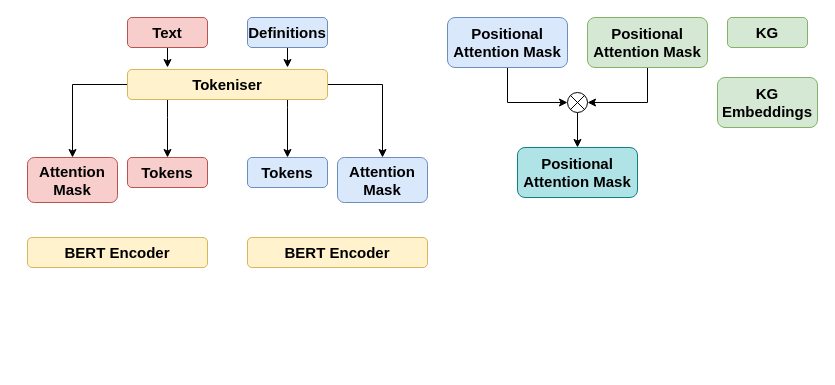
Before: model.drawio in yoviny/DrawIO, a draw.io diagram. Source tidied: cells renumbered, new cells numbered last; positions are measured from the earlier drawing's top-left corner, leaving out a move shared by most shapes. Both pictures are drawn from the tidied source at 100%, with x=0, y=0 at pixel (27, 17).
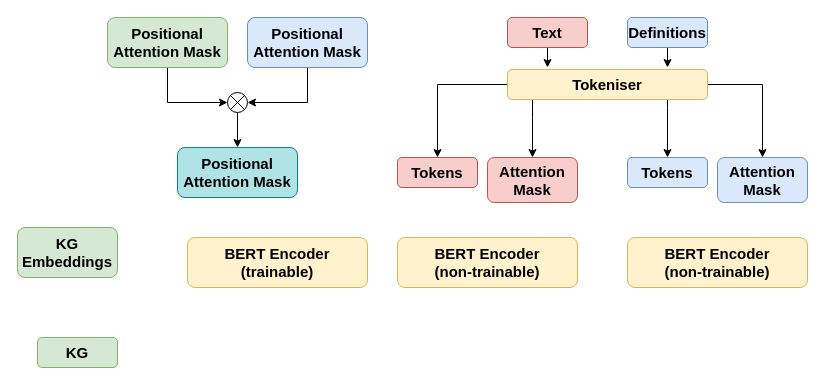
After the change.

Change to the diagram source:
```diff
@@
-    <mxCell id="2" style="edgeStyle=orthogonalEdgeStyle;rounded=0;jettySize=auto;html=1;entryX=0.5;entryY=0;entryDx=0;entryDy=0;fontSize=15;" parent="1" edge="1" source="6" target="13">
-      <mxGeometry relative="1" as="geometry">
-        <Array as="points">
-          <mxPoint x="140" y="100" />
-          <mxPoint x="140" y="100" />
-        </Array>
-      </mxGeometry>
-    </mxCell>
-    <mxCell id="3" style="edgeStyle=orthogonalEdgeStyle;rounded=0;jettySize=auto;html=1;fontSize=15;" parent="1" edge="1" source="6" target="12">
-      <mxGeometry relative="1" as="geometry" />
-    </mxCell>
     <mxCell id="4" style="edgeStyle=orthogonalEdgeStyle;rounded=0;jettySize=auto;html=1;entryX=0.5;entryY=0;entryDx=0;entryDy=0;fontSize=15;" parent="1" edge="1" source="6" target="15">
       <mxGeometry relative="1" as="geometry">
         <Array as="points">
-          <mxPoint x="260" y="90" />
-          <mxPoint x="260" y="90" />
+          <mxPoint x="640" y="90" />
+          <mxPoint x="640" y="90" />
         </Array>
       </mxGeometry>
     </mxCell>
@@
+    <mxCell id="3" style="edgeStyle=orthogonalEdgeStyle;rounded=0;jettySize=auto;html=1;entryX=0.5;entryY=0;entryDx=0;entryDy=0;fontSize=15;" parent="1" edge="1" source="6" target="12">
+      <mxGeometry relative="1" as="geometry">
+        <Array as="points">
+          <mxPoint x="505" y="100" />
+          <mxPoint x="505" y="100" />
+        </Array>
+      </mxGeometry>
+    </mxCell>
+    <mxCell id="2" style="edgeStyle=orthogonalEdgeStyle;rounded=0;jettySize=auto;html=1;entryX=0.5;entryY=0;entryDx=0;entryDy=0;fontSize=15;" parent="1" edge="1" source="6" target="13">
+      <mxGeometry relative="1" as="geometry" />
+    </mxCell>
     <mxCell id="6" value="&lt;b&gt;&lt;font style=&quot;font-size: 15px;&quot;&gt;Tokeniser&lt;/font&gt;&lt;/b&gt;" style="rounded=1;whiteSpace=wrap;html=1;fontSize=15;fillColor=#fff2cc;strokeColor=#d6b656;" parent="1" vertex="1">
-      <mxGeometry x="100" y="52" width="200" height="30" as="geometry" />
+      <mxGeometry x="480" y="52" width="200" height="30" as="geometry" />
     </mxCell>
     <mxCell id="7" style="edgeStyle=orthogonalEdgeStyle;rounded=0;jettySize=auto;html=1;fontSize=15;" parent="1" edge="1" source="8">
       <mxGeometry relative="1" as="geometry">
-        <mxPoint x="140" y="50" as="targetPoint" />
+        <mxPoint x="520" y="50" as="targetPoint" />
       </mxGeometry>
     </mxCell>
     <mxCell id="8" value="&lt;b&gt;&lt;font style=&quot;font-size: 15px;&quot;&gt;Text&lt;/font&gt;&lt;/b&gt;" style="rounded=1;whiteSpace=wrap;html=1;fontSize=15;fillColor=#f8cecc;strokeColor=#b85450;" parent="1" vertex="1">
-      <mxGeometry x="100" width="80" height="30" as="geometry" />
+      <mxGeometry x="480" width="80" height="30" as="geometry" />
     </mxCell>
     <mxCell id="9" style="edgeStyle=orthogonalEdgeStyle;rounded=0;jettySize=auto;html=1;fontSize=15;" parent="1" edge="1" source="10">
       <mxGeometry relative="1" as="geometry">
-        <mxPoint x="260" y="50" as="targetPoint" />
+        <mxPoint x="640" y="50" as="targetPoint" />
       </mxGeometry>
     </mxCell>
     <mxCell id="10" value="&lt;b&gt;&lt;font style=&quot;font-size: 15px;&quot;&gt;Definitions&lt;/font&gt;&lt;/b&gt;" style="rounded=1;whiteSpace=wrap;html=1;fontSize=15;fillColor=#dae8fc;strokeColor=#6c8ebf;" parent="1" vertex="1">
-      <mxGeometry x="220" width="80" height="30" as="geometry" />
+      <mxGeometry x="600" width="80" height="30" as="geometry" />
     </mxCell>
     <mxCell id="11" value="&lt;b&gt;&lt;font style=&quot;font-size: 15px;&quot;&gt;KG&lt;/font&gt;&lt;/b&gt;" style="rounded=1;whiteSpace=wrap;html=1;fontSize=15;fillColor=#d5e8d4;strokeColor=#82b366;" parent="1" vertex="1">
-      <mxGeometry x="700" width="80" height="30" as="geometry" />
+      <mxGeometry x="10" y="320" width="80" height="30" as="geometry" />
     </mxCell>
     <mxCell id="12" value="&lt;b&gt;Attention&lt;br&gt;Mask&lt;/b&gt;" style="rounded=1;whiteSpace=wrap;html=1;fontSize=15;fillColor=#f8cecc;strokeColor=#b85450;" parent="1" vertex="1">
-      <mxGeometry y="140" width="90" height="45" as="geometry" />
+      <mxGeometry x="460" y="140" width="90" height="45" as="geometry" />
     </mxCell>
     <mxCell id="13" value="&lt;b&gt;Tokens&lt;/b&gt;" style="rounded=1;whiteSpace=wrap;html=1;fontSize=15;fillColor=#f8cecc;strokeColor=#b85450;" parent="1" vertex="1">
-      <mxGeometry x="100" y="140" width="80" height="30" as="geometry" />
+      <mxGeometry x="370" y="140" width="80" height="30" as="geometry" />
     </mxCell>
     <mxCell id="14" value="&lt;b&gt;Attention&lt;br&gt;Mask&lt;/b&gt;" style="rounded=1;whiteSpace=wrap;html=1;fontSize=15;fillColor=#dae8fc;strokeColor=#6c8ebf;" parent="1" vertex="1">
-      <mxGeometry x="310" y="140" width="90" height="45" as="geometry" />
+      <mxGeometry x="690" y="140" width="90" height="45" as="geometry" />
     </mxCell>
     <mxCell id="15" value="&lt;b&gt;Tokens&lt;/b&gt;" style="rounded=1;whiteSpace=wrap;html=1;fontSize=15;fillColor=#dae8fc;strokeColor=#6c8ebf;" parent="1" vertex="1">
-      <mxGeometry x="220" y="140" width="80" height="30" as="geometry" />
+      <mxGeometry x="600" y="140" width="80" height="30" as="geometry" />
     </mxCell>
-    <mxCell id="16" value="&lt;b&gt;&lt;font style=&quot;font-size: 15px;&quot;&gt;BERT Encoder&lt;/font&gt;&lt;/b&gt;" style="rounded=1;whiteSpace=wrap;html=1;fontSize=15;fillColor=#fff2cc;strokeColor=#d6b656;" parent="1" vertex="1">
-      <mxGeometry y="220" width="180" height="30" as="geometry" />
+    <mxCell id="16" value="&lt;b&gt;&lt;font style=&quot;font-size: 15px;&quot;&gt;BERT Encoder&lt;br&gt;(non-trainable)&lt;br&gt;&lt;/font&gt;&lt;/b&gt;" style="rounded=1;whiteSpace=wrap;html=1;fontSize=15;fillColor=#fff2cc;strokeColor=#d6b656;" parent="1" vertex="1">
+      <mxGeometry x="370" y="220" width="180" height="50" as="geometry" />
     </mxCell>
-    <mxCell id="17" value="&lt;b&gt;&lt;font style=&quot;font-size: 15px;&quot;&gt;BERT Encoder&lt;/font&gt;&lt;/b&gt;" style="rounded=1;whiteSpace=wrap;html=1;fontSize=15;fillColor=#fff2cc;strokeColor=#d6b656;" parent="1" vertex="1">
-      <mxGeometry x="220" y="220" width="180" height="30" as="geometry" />
-    </mxCell>
@@
-    <mxCell id="19" value="&lt;b&gt;&lt;font style=&quot;font-size: 15px;&quot;&gt;Positional Attention Mask&lt;/font&gt;&lt;/b&gt;" style="rounded=1;whiteSpace=wrap;html=1;fontSize=15;fillColor=#dae8fc;strokeColor=#6c8ebf;" parent="1" vertex="1">
-      <mxGeometry x="420" width="120" height="50" as="geometry" />
+    <mxCell id="19" value="&lt;b&gt;&lt;font style=&quot;font-size: 15px;&quot;&gt;Positional Attention Mask&lt;/font&gt;&lt;/b&gt;" style="rounded=1;whiteSpace=wrap;html=1;fontSize=15;fillColor=#d5e8d4;strokeColor=#82b366;" parent="1" vertex="1">
+      <mxGeometry x="80" width="120" height="50" as="geometry" />
     </mxCell>
@@
-    <mxCell id="21" value="&lt;b&gt;&lt;font style=&quot;font-size: 15px;&quot;&gt;Positional Attention Mask&lt;/font&gt;&lt;/b&gt;" style="rounded=1;whiteSpace=wrap;html=1;fontSize=15;fillColor=#d5e8d4;strokeColor=#82b366;" parent="1" vertex="1">
-      <mxGeometry x="560" width="120" height="50" as="geometry" />
+    <mxCell id="21" value="&lt;b&gt;&lt;font style=&quot;font-size: 15px;&quot;&gt;Positional Attention Mask&lt;/font&gt;&lt;/b&gt;" style="rounded=1;whiteSpace=wrap;html=1;fontSize=15;fillColor=#dae8fc;strokeColor=#6c8ebf;" parent="1" vertex="1">
+      <mxGeometry x="220" width="120" height="50" as="geometry" />
     </mxCell>
     <mxCell id="22" value="&lt;b&gt;&lt;font style=&quot;font-size: 15px;&quot;&gt;KG&lt;br&gt;Embeddings&lt;br&gt;&lt;/font&gt;&lt;/b&gt;" style="rounded=1;whiteSpace=wrap;html=1;fontSize=15;fillColor=#d5e8d4;strokeColor=#82b366;" parent="1" vertex="1">
-      <mxGeometry x="690" y="60" width="100" height="50" as="geometry" />
+      <mxGeometry x="-10" y="210" width="100" height="50" as="geometry" />
     </mxCell>
@@
     <mxCell id="24" style="verticalLabelPosition=bottom;verticalAlign=top;html=1;shape=mxgraph.flowchart.or;fontSize=15;" parent="1" vertex="1">
-      <mxGeometry x="540" y="75" width="20" height="20" as="geometry" />
+      <mxGeometry x="200" y="75" width="20" height="20" as="geometry" />
     </mxCell>
     <mxCell id="25" value="&lt;b&gt;&lt;font style=&quot;font-size: 15px;&quot;&gt;Positional Attention Mask&lt;/font&gt;&lt;/b&gt;" style="rounded=1;whiteSpace=wrap;html=1;fontSize=15;fillColor=#b0e3e6;strokeColor=#0e8088;" parent="1" vertex="1">
-      <mxGeometry x="490" y="130" width="120" height="50" as="geometry" />
+      <mxGeometry x="150" y="130" width="120" height="50" as="geometry" />
     </mxCell>
+    <mxCell id="26" value="&lt;b&gt;&lt;font style=&quot;font-size: 15px;&quot;&gt;BERT Encoder&lt;br&gt;(non-trainable)&lt;br&gt;&lt;/font&gt;&lt;/b&gt;" style="rounded=1;whiteSpace=wrap;html=1;fontSize=15;fillColor=#fff2cc;strokeColor=#d6b656;" parent="1" vertex="1">
+      <mxGeometry x="600" y="220" width="180" height="50" as="geometry" />
+    </mxCell>
+    <mxCell id="27" value="&lt;b&gt;&lt;font style=&quot;font-size: 15px;&quot;&gt;BERT Encoder&lt;br&gt;(trainable)&lt;br&gt;&lt;/font&gt;&lt;/b&gt;" style="rounded=1;whiteSpace=wrap;html=1;fontSize=15;fillColor=#fff2cc;strokeColor=#d6b656;" parent="1" vertex="1">
+      <mxGeometry x="160" y="220" width="180" height="50" as="geometry" />
+    </mxCell>
```
